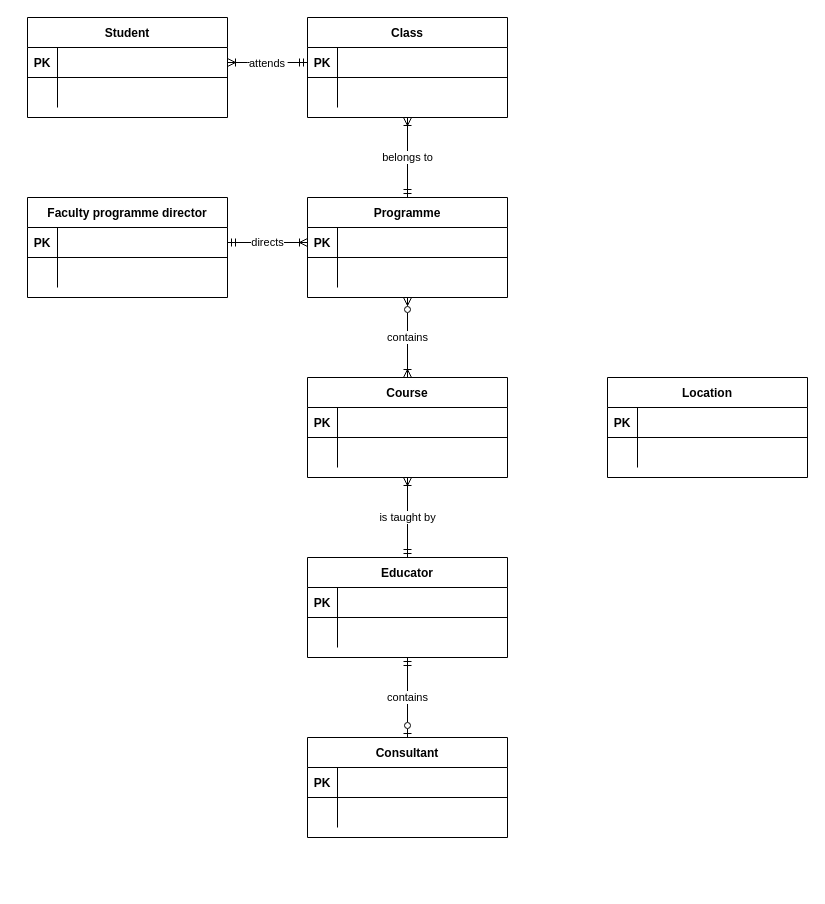
The draw.io diagram yh_labb/conceptual_model.drawio in dagmarveronika/data-modeling-charlotta-dellborg-de24, before the edit. Source tidied: cells renumbered, new cells numbered last; positions are measured from the earlier drawing's top-left corner, leaving out a move shared by most shapes. Both pictures are drawn from the tidied source at 100%, with x=0, y=0 at pixel (27, 17).
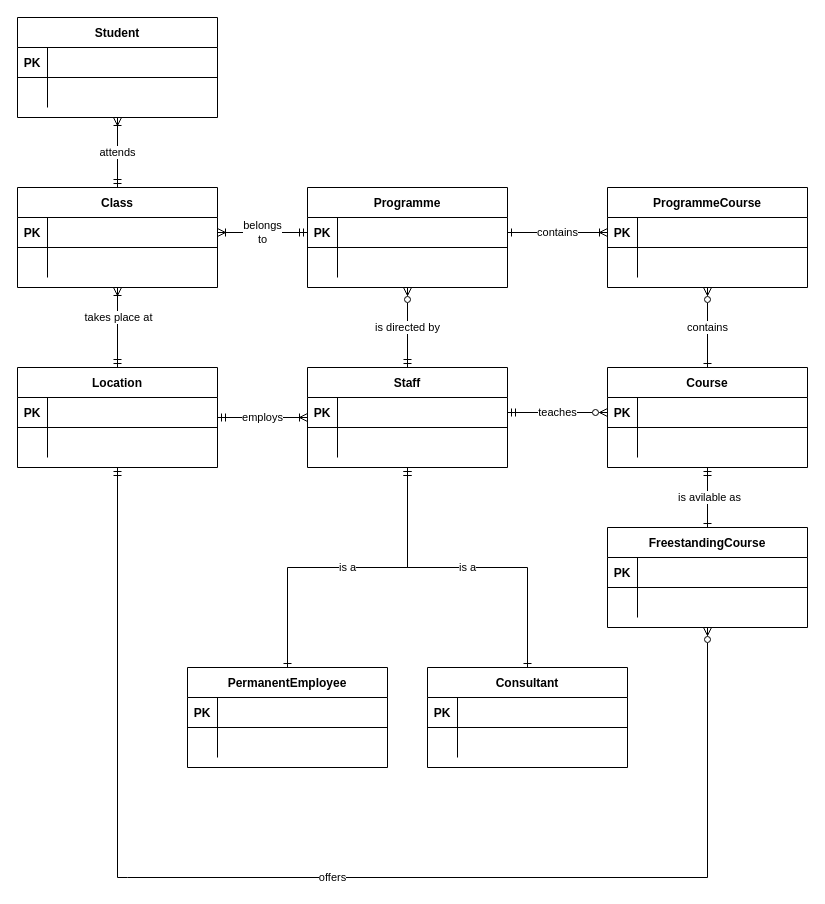
After the change.

Commit message (it also covers changes not shown here):
finalised conceptual and logical model

Unchanged cells that the change refers to:
```xml
<mxCell id="4" style="shape=partialRectangle;fillColor=none;points=[[0,0.5],[1,0.5]];portConstraint=eastwest;top=0;left=0;right=0;bottom=1;" parent="3" vertex="1">
  <mxGeometry y="30" width="200" height="30" as="geometry" />
</mxCell>
<mxCell id="11" style="shape=partialRectangle;fillColor=none;points=[[0,0.5],[1,0.5]];portConstraint=eastwest;top=0;left=0;right=0;bottom=1;" parent="10" vertex="1">
  <mxGeometry y="30" width="200" height="30" as="geometry" />
</mxCell>
<mxCell id="18" style="shape=partialRectangle;fillColor=none;points=[[0,0.5],[1,0.5]];portConstraint=eastwest;top=0;left=0;right=0;bottom=1;" parent="17" vertex="1">
  <mxGeometry y="30" width="200" height="30" as="geometry" />
</mxCell>
<mxCell id="27" style="shape=partialRectangle;fillColor=none;points=[[0,0.5],[1,0.5]];portConstraint=eastwest;top=0;left=0;right=0;bottom=1;" parent="26" vertex="1">
  <mxGeometry y="30" width="200" height="30" as="geometry" />
</mxCell>
<mxCell id="42" style="shape=partialRectangle;fillColor=none;points=[[0,0.5],[1,0.5]];portConstraint=eastwest;top=0;left=0;right=0;bottom=1;" parent="41" vertex="1">
  <mxGeometry y="30" width="200" height="30" as="geometry" />
</mxCell>
<mxCell id="57" style="shape=partialRectangle;fillColor=none;points=[[0,0.5],[1,0.5]];portConstraint=eastwest;top=0;left=0;right=0;bottom=1;" parent="56" vertex="1">
  <mxGeometry y="30" width="200" height="30" as="geometry" />
</mxCell>
```

The edit, as a diff of the source:
```diff
@@
-    <mxCell id="2" value="attends" style="edgeStyle=entityRelationEdgeStyle;endArrow=ERmandOne;startArrow=ERoneToMany;endFill=0;startFill=0;entryX=0;entryY=0.5;entryDx=0;entryDy=0;" parent="1" edge="1" source="18" target="4">
-      <mxGeometry relative="1" as="geometry" />
-    </mxCell>
     <mxCell id="3" value="Class" style="shape=table;startSize=30;childLayout=tableLayout;rowLines=0;fontStyle=1;align=center;" parent="1" vertex="1">
-      <mxGeometry x="280" width="200" height="100" as="geometry" />
+      <mxGeometry x="-10" y="170" width="200" height="100" as="geometry" />
     </mxCell>
@@
+    <mxCell id="64" value="is directed by" style="rounded=0;jettySize=auto;html=1;entryX=0.5;entryY=1;entryDx=0;entryDy=0;edgeStyle=orthogonalEdgeStyle;endArrow=ERzeroToMany;endFill=0;startArrow=ERmandOne;startFill=0;" parent="1" edge="1" source="10" target="26">
+      <mxGeometry relative="1" as="geometry" />
+    </mxCell>
+    <mxCell id="65" value="is a" style="edgeStyle=orthogonalEdgeStyle;rounded=0;jettySize=auto;html=1;endArrow=ERone;endFill=0;startArrow=ERmandOne;startFill=0;" parent="1" edge="1" source="10" target="41">
+      <mxGeometry relative="1" as="geometry" />
+    </mxCell>
+    <mxCell id="66" value="is a" style="edgeStyle=orthogonalEdgeStyle;rounded=0;jettySize=auto;html=1;entryX=0.5;entryY=0;entryDx=0;entryDy=0;startArrow=ERmandOne;startFill=0;endArrow=ERone;endFill=0;" parent="1" edge="1" source="10" target="34">
+      <mxGeometry relative="1" as="geometry" />
+    </mxCell>
-    <mxCell id="10" value="Educator" style="shape=table;startSize=30;childLayout=tableLayout;rowLines=0;fontStyle=1;align=center;" parent="1" vertex="1">
-      <mxGeometry x="280" y="540" width="200" height="100" as="geometry" />
+    <mxCell id="10" value="Staff" style="shape=table;startSize=30;childLayout=tableLayout;rowLines=0;fontStyle=1;align=center;" parent="1" vertex="1">
+      <mxGeometry x="280" y="350" width="200" height="100" as="geometry" />
     </mxCell>
@@
+    <mxCell id="2" value="attends" style="edgeStyle=orthogonalEdgeStyle;rounded=0;jettySize=auto;html=1;entryX=0.5;entryY=0;entryDx=0;entryDy=0;startArrow=ERoneToMany;startFill=0;endArrow=ERmandOne;endFill=0;" parent="1" edge="1" source="17" target="3">
+      <mxGeometry relative="1" as="geometry" />
+    </mxCell>
     <mxCell id="17" value="Student" style="shape=table;startSize=30;childLayout=tableLayout;rowLines=0;fontStyle=1;align=center;" parent="1" vertex="1">
-      <mxGeometry width="200" height="100" as="geometry" />
+      <mxGeometry x="-10" width="200" height="100" as="geometry" />
     </mxCell>
@@
-    <mxCell id="24" value="belongs to" style="edgeStyle=orthogonalEdgeStyle;rounded=0;jettySize=auto;html=1;entryX=0.5;entryY=1;entryDx=0;entryDy=0;endArrow=ERoneToMany;endFill=0;startArrow=ERmandOne;startFill=0;" parent="1" edge="1" source="26" target="3">
-      <mxGeometry relative="1" as="geometry" />
-    </mxCell>
-    <mxCell id="25" value="contains" style="edgeStyle=orthogonalEdgeStyle;rounded=0;jettySize=auto;html=1;endArrow=ERoneToMany;endFill=0;startArrow=ERzeroToMany;startFill=0;" parent="1" edge="1" source="26">
-      <mxGeometry relative="1" as="geometry">
-        <mxPoint x="380" y="360" as="targetPoint" />
-      </mxGeometry>
-    </mxCell>
     <mxCell id="26" value="Programme" style="shape=table;startSize=30;childLayout=tableLayout;rowLines=0;fontStyle=1;align=center;" parent="1" vertex="1">
-      <mxGeometry x="280" y="180" width="200" height="100" as="geometry" />
+      <mxGeometry x="280" y="170" width="200" height="100" as="geometry" />
     </mxCell>
@@
-    <mxCell id="33" value="contains" style="edgeStyle=orthogonalEdgeStyle;rounded=0;jettySize=auto;html=1;startArrow=ERzeroToOne;startFill=0;endArrow=ERmandOne;endFill=0;entryX=0.5;entryY=1;entryDx=0;entryDy=0;exitX=0.5;exitY=0;exitDx=0;exitDy=0;" parent="1" edge="1" source="34" target="10">
-      <mxGeometry relative="1" as="geometry" />
-    </mxCell>
     <mxCell id="34" value="Consultant" style="shape=table;startSize=30;childLayout=tableLayout;rowLines=0;fontStyle=1;align=center;" parent="1" vertex="1">
-      <mxGeometry x="280" y="720" width="200" height="100" as="geometry" />
+      <mxGeometry x="400" y="650" width="200" height="100" as="geometry" />
     </mxCell>
@@
+    <mxCell id="67" value="ProgrammeCourse" style="shape=table;startSize=30;childLayout=tableLayout;rowLines=0;fontStyle=1;align=center;" parent="1" vertex="1">
+      <mxGeometry x="580" y="170" width="200" height="100" as="geometry" />
+    </mxCell>
+    <mxCell id="68" style="shape=partialRectangle;fillColor=none;points=[[0,0.5],[1,0.5]];portConstraint=eastwest;top=0;left=0;right=0;bottom=1;" parent="67" vertex="1">
+      <mxGeometry y="30" width="200" height="30" as="geometry" />
+    </mxCell>
+    <mxCell id="69" value="PK" style="shape=partialRectangle;overflow=hidden;fillColor=none;top=0;left=0;bottom=0;right=0;fontStyle=1;" parent="68" vertex="1">
+      <mxGeometry width="30" height="30" as="geometry" />
+    </mxCell>
+    <mxCell id="70" style="shape=partialRectangle;overflow=hidden;fillColor=none;top=0;left=0;bottom=0;right=0;align=left;spacingLeft=6;fontStyle=5;" parent="68" vertex="1">
+      <mxGeometry x="30" width="170" height="30" as="geometry" />
+    </mxCell>
+    <mxCell id="71" style="shape=partialRectangle;fillColor=none;top=0;left=0;right=0;bottom=0;" parent="67" vertex="1">
+      <mxGeometry y="60" width="200" height="30" as="geometry" />
+    </mxCell>
+    <mxCell id="72" style="shape=partialRectangle;overflow=hidden;fillColor=none;top=0;left=0;bottom=0;right=0;" parent="71" vertex="1">
+      <mxGeometry width="30" height="30" as="geometry" />
+    </mxCell>
+    <mxCell id="73" style="shape=partialRectangle;overflow=hidden;fillColor=none;top=0;left=0;bottom=0;right=0;align=left;spacingLeft=6;" parent="71" vertex="1">
+      <mxGeometry x="30" width="170" height="30" as="geometry" />
+    </mxCell>
-    <mxCell id="41" value="Faculty programme director" style="shape=table;startSize=30;childLayout=tableLayout;rowLines=0;fontStyle=1;align=center;" parent="1" vertex="1">
-      <mxGeometry y="180" width="200" height="100" as="geometry" />
+    <mxCell id="41" value="PermanentEmployee" style="shape=table;startSize=30;childLayout=tableLayout;rowLines=0;fontStyle=1;align=center;" parent="1" vertex="1">
+      <mxGeometry x="160" y="650" width="200" height="100" as="geometry" />
     </mxCell>
@@
-    <mxCell id="48" value="directs" style="edgeStyle=orthogonalEdgeStyle;rounded=0;jettySize=auto;html=1;entryX=0;entryY=0.5;entryDx=0;entryDy=0;endArrow=ERoneToMany;endFill=0;startArrow=ERmandOne;startFill=0;" parent="1" edge="1" source="42" target="27">
-      <mxGeometry relative="1" as="geometry" />
-    </mxCell>
+    <mxCell id="74" value="employs" style="edgeStyle=orthogonalEdgeStyle;rounded=0;jettySize=auto;html=1;startArrow=ERmandOne;startFill=0;endArrow=ERoneToMany;endFill=0;" parent="1" edge="1" source="49" target="10">
+      <mxGeometry relative="1" as="geometry" />
+    </mxCell>
     <mxCell id="49" value="Location" style="shape=table;startSize=30;childLayout=tableLayout;rowLines=0;fontStyle=1;align=center;" parent="1" vertex="1">
-      <mxGeometry x="580" y="360" width="200" height="100" as="geometry" />
+      <mxGeometry x="-10" y="350" width="200" height="100" as="geometry" />
     </mxCell>
@@
+    <mxCell id="75" value="contains" style="edgeStyle=orthogonalEdgeStyle;rounded=0;jettySize=auto;html=1;entryX=0.5;entryY=1;entryDx=0;entryDy=0;startArrow=ERone;startFill=0;endArrow=ERzeroToMany;endFill=0;" parent="1" edge="1" source="56" target="67">
+      <mxGeometry relative="1" as="geometry" />
+    </mxCell>
+    <mxCell id="76" style="edgeStyle=orthogonalEdgeStyle;rounded=0;jettySize=auto;html=1;entryX=0.5;entryY=0;entryDx=0;entryDy=0;endArrow=ERone;endFill=0;startArrow=ERmandOne;startFill=0;" parent="1" edge="1" source="56" target="78">
+      <mxGeometry relative="1" as="geometry" />
+    </mxCell>
+    <mxCell id="77" value="is avilable as" style="edgeLabel;html=1;align=center;verticalAlign=middle;" parent="76" vertex="1">
+      <mxGeometry x="-0.05" y="1" relative="1" as="geometry" />
+    </mxCell>
     <mxCell id="56" value="Course" style="shape=table;startSize=30;childLayout=tableLayout;rowLines=0;fontStyle=1;align=center;" parent="1" vertex="1">
-      <mxGeometry x="280" y="360" width="200" height="100" as="geometry" />
+      <mxGeometry x="580" y="350" width="200" height="100" as="geometry" />
     </mxCell>
@@
-    <mxCell id="63" value="is taught by" style="edgeStyle=orthogonalEdgeStyle;rounded=0;jettySize=auto;html=1;endArrow=ERmandOne;endFill=0;startArrow=ERoneToMany;startFill=0;entryX=0.5;entryY=0;entryDx=0;entryDy=0;exitX=0.5;exitY=1;exitDx=0;exitDy=0;" parent="1" edge="1" source="56" target="10">
-      <mxGeometry relative="1" as="geometry" />
-    </mxCell>
+    <mxCell id="78" value="FreestandingCourse" style="shape=table;startSize=30;childLayout=tableLayout;rowLines=0;fontStyle=1;align=center;" parent="1" vertex="1">
+      <mxGeometry x="580" y="510" width="200" height="100" as="geometry" />
+    </mxCell>
+    <mxCell id="79" style="shape=partialRectangle;fillColor=none;top=0;left=0;right=0;bottom=1;" parent="78" vertex="1">
+      <mxGeometry y="30" width="200" height="30" as="geometry" />
+    </mxCell>
+    <mxCell id="80" value="PK" style="shape=partialRectangle;overflow=hidden;fillColor=none;top=0;left=0;bottom=0;right=0;fontStyle=1;" parent="79" vertex="1">
+      <mxGeometry width="30" height="30" as="geometry" />
+    </mxCell>
+    <mxCell id="81" style="shape=partialRectangle;overflow=hidden;fillColor=none;top=0;left=0;bottom=0;right=0;align=left;spacingLeft=6;fontStyle=5;" parent="79" vertex="1">
+      <mxGeometry x="30" width="170" height="30" as="geometry" />
+    </mxCell>
+    <mxCell id="82" style="shape=partialRectangle;fillColor=none;top=0;left=0;right=0;bottom=0;" parent="78" vertex="1">
+      <mxGeometry y="60" width="200" height="30" as="geometry" />
+    </mxCell>
+    <mxCell id="83" style="shape=partialRectangle;overflow=hidden;fillColor=none;top=0;left=0;bottom=0;right=0;" parent="82" vertex="1">
+      <mxGeometry width="30" height="30" as="geometry" />
+    </mxCell>
+    <mxCell id="84" style="shape=partialRectangle;overflow=hidden;fillColor=none;top=0;left=0;bottom=0;right=0;align=left;spacingLeft=6;" parent="82" vertex="1">
+      <mxGeometry x="30" width="170" height="30" as="geometry" />
+    </mxCell>
+    <mxCell id="85" style="edgeStyle=orthogonalEdgeStyle;rounded=0;jettySize=auto;html=1;entryX=0.5;entryY=0;entryDx=0;entryDy=0;exitX=0.5;exitY=1;exitDx=0;exitDy=0;endArrow=ERmandOne;endFill=0;startArrow=ERoneToMany;startFill=0;" parent="1" edge="1" source="3" target="49">
+      <mxGeometry relative="1" as="geometry" />
+    </mxCell>
+    <mxCell id="86" value="takes place at" style="edgeLabel;html=1;align=center;verticalAlign=middle;" parent="85" vertex="1">
+      <mxGeometry x="-0.27" relative="1" as="geometry" />
+    </mxCell>
+    <mxCell id="87" value="offers" style="edgeStyle=orthogonalEdgeStyle;rounded=0;jettySize=auto;html=1;entryX=0.5;entryY=1;entryDx=0;entryDy=0;exitX=0.5;exitY=1;exitDx=0;exitDy=0;startArrow=ERmandOne;startFill=0;endArrow=ERzeroToMany;endFill=0;" parent="1" edge="1" source="49" target="78">
+      <mxGeometry relative="1" as="geometry">
+        <Array as="points">
+          <mxPoint x="100" y="860" />
+          <mxPoint x="660" y="860" />
+        </Array>
+      </mxGeometry>
+    </mxCell>
+    <mxCell id="88" value="contains" style="edgeStyle=orthogonalEdgeStyle;rounded=0;jettySize=auto;html=1;entryX=0;entryY=0.5;entryDx=0;entryDy=0;exitX=1;exitY=0.5;exitDx=0;exitDy=0;startArrow=ERone;startFill=0;endArrow=ERoneToMany;endFill=0;" parent="1" edge="1" source="27" target="68">
+      <mxGeometry relative="1" as="geometry" />
+    </mxCell>
+    <mxCell id="89" value="teaches" style="edgeStyle=orthogonalEdgeStyle;rounded=0;jettySize=auto;html=1;entryX=0;entryY=0.5;entryDx=0;entryDy=0;startArrow=ERmandOne;startFill=0;endArrow=ERzeroToMany;endFill=0;" parent="1" edge="1" source="11" target="57">
+      <mxGeometry relative="1" as="geometry" />
+    </mxCell>
+    <mxCell id="24" value="belongs&lt;div&gt;to&lt;/div&gt;" style="edgeStyle=orthogonalEdgeStyle;rounded=0;jettySize=auto;html=1;entryX=0;entryY=0.5;entryDx=0;entryDy=0;startArrow=ERoneToMany;startFill=0;endArrow=ERmandOne;endFill=0;" parent="1" edge="1" source="4" target="27">
+      <mxGeometry relative="1" as="geometry" />
+    </mxCell>
```
